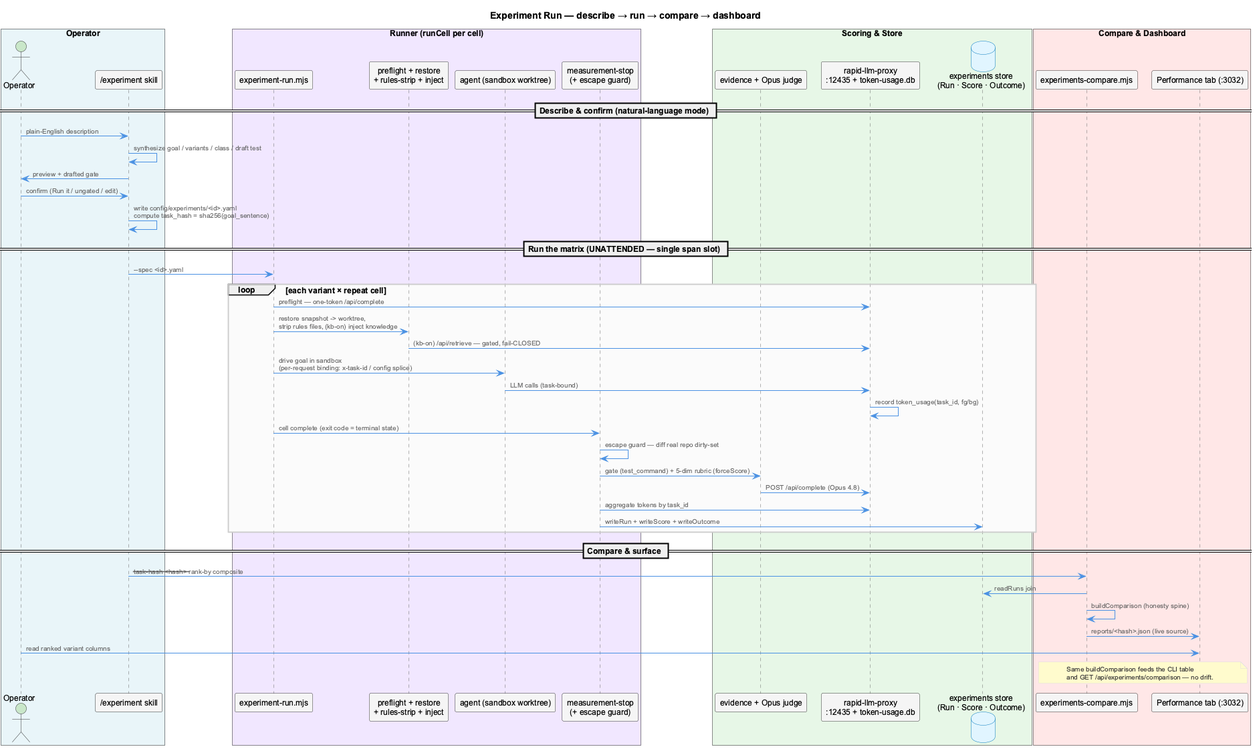
Above: docs-content/images/experiment-run-sequence.png in fwornle/coding (PlantUML), before the change.
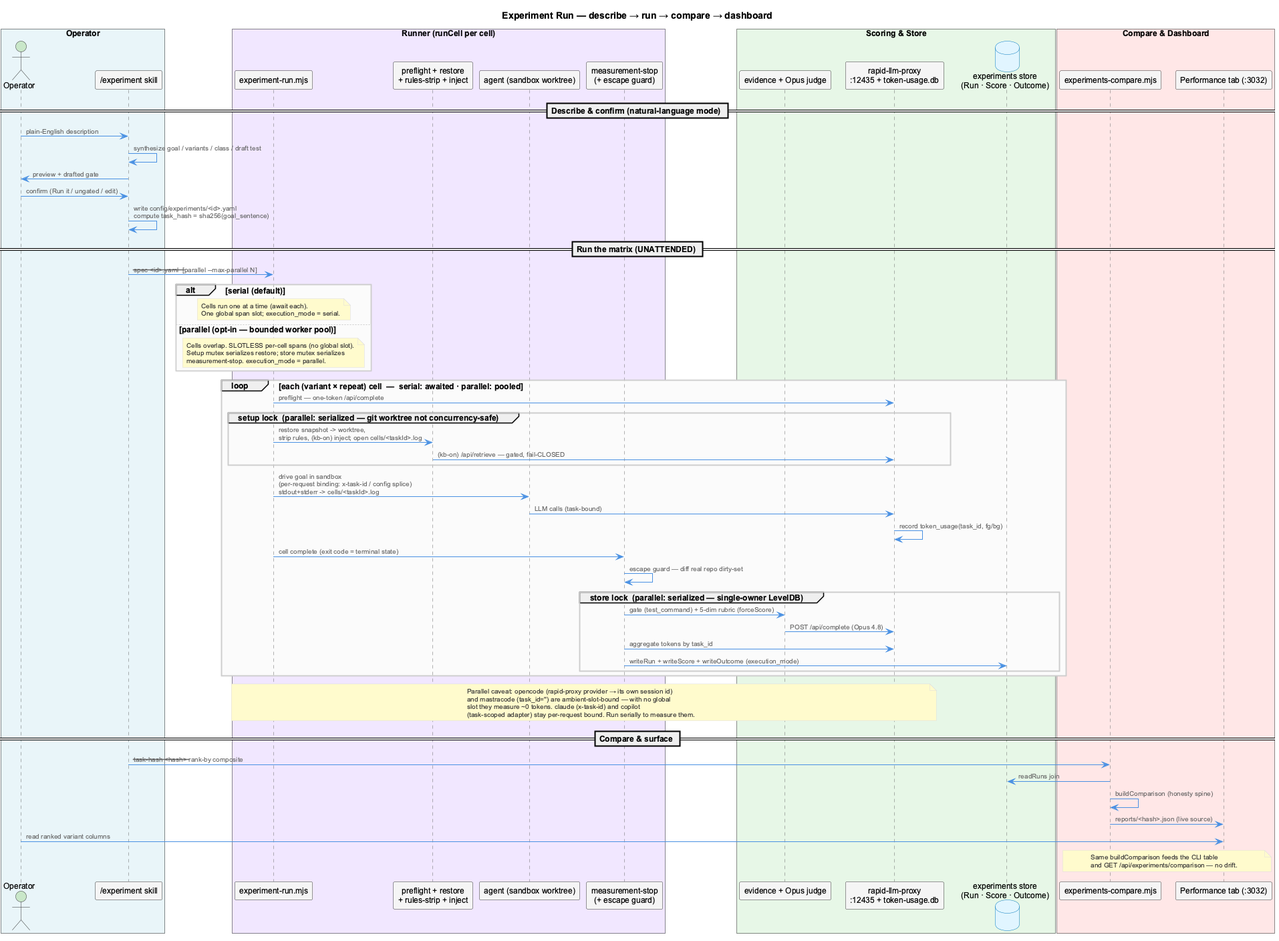
The same diagram one commit later.

Change to the diagram source:
```diff
@@ -33,22 +33,47 @@
 op -> skill: confirm (Run it / ungated / edit)
 skill -> skill: write config/experiments/<id>.yaml\ncompute task_hash = sha256(goal_sentence)
 
-== Run the matrix (UNATTENDED — single span slot) ==
-skill -> runner: --spec <id>.yaml
-loop each variant × repeat cell
+== Run the matrix (UNATTENDED) ==
+skill -> runner: --spec <id>.yaml  [--parallel --max-parallel N]
+
+alt serial (default)
+    note over runner
+      Cells run one at a time (await each).
+      One global span slot; execution_mode = serial.
+    end note
+else parallel (opt-in — bounded worker pool)
+    note over runner
+      Cells overlap. SLOTLESS per-cell spans (no global slot).
+      Setup mutex serializes restore; store mutex serializes
+      measurement-stop. execution_mode = parallel.
+    end note
+end
+
+loop each (variant × repeat) cell  —  serial: awaited · parallel: pooled
     runner -> proxy: preflight — one-token /api/complete
-    runner -> prep: restore snapshot -> worktree,\nstrip rules files, (kb-on) inject knowledge
-    prep -> proxy: (kb-on) /api/retrieve — gated, fail-CLOSED
-    runner -> agent: drive goal in sandbox\n(per-request binding: x-task-id / config splice)
+    group setup lock  (parallel: serialized — git worktree not concurrency-safe)
+        runner -> prep: restore snapshot -> worktree,\nstrip rules, (kb-on) inject; open cells/<taskId>.log
+        prep -> proxy: (kb-on) /api/retrieve — gated, fail-CLOSED
+    end
+    runner -> agent: drive goal in sandbox\n(per-request binding: x-task-id / config splice)\nstdout+stderr -> cells/<taskId>.log
     agent -> proxy: LLM calls (task-bound)
     proxy -> proxy: record token_usage(task_id, fg/bg)
     runner -> mstop: cell complete (exit code = terminal state)
     mstop -> mstop: escape guard — diff real repo dirty-set
-    mstop -> judge: gate (test_command) + 5-dim rubric (forceScore)
-    judge -> proxy: POST /api/complete (Opus 4.8)
-    mstop -> proxy: aggregate tokens by task_id
-    mstop -> store: writeRun + writeScore + writeOutcome
+    group store lock  (parallel: serialized — single-owner LevelDB)
+        mstop -> judge: gate (test_command) + 5-dim rubric (forceScore)
+        judge -> proxy: POST /api/complete (Opus 4.8)
+        mstop -> proxy: aggregate tokens by task_id
+        mstop -> store: writeRun + writeScore + writeOutcome (execution_mode)
+    end
 end
+
+note over runner, proxy
+  Parallel caveat: opencode (rapid-proxy provider → its own session id)
+  and mastracode (task_id='') are ambient-slot-bound — with no global
+  slot they measure ~0 tokens. claude (x-task-id) and copilot
+  (task-scoped adapter) stay per-request bound. Run serially to measure them.
+end note
 
 == Compare & surface ==
 skill -> compare: --task-hash <hash> --rank-by composite
```
